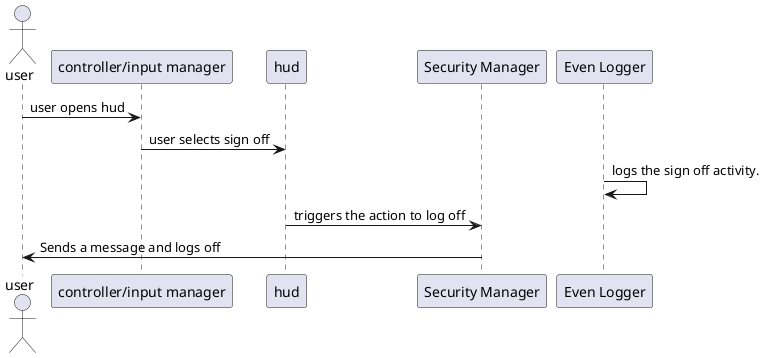
World-Domination-Plan/Project_X keeps this PlantUML diagram as uml/sequence diagrams/Sign_Off/workflow.png. Above is the earlier version.
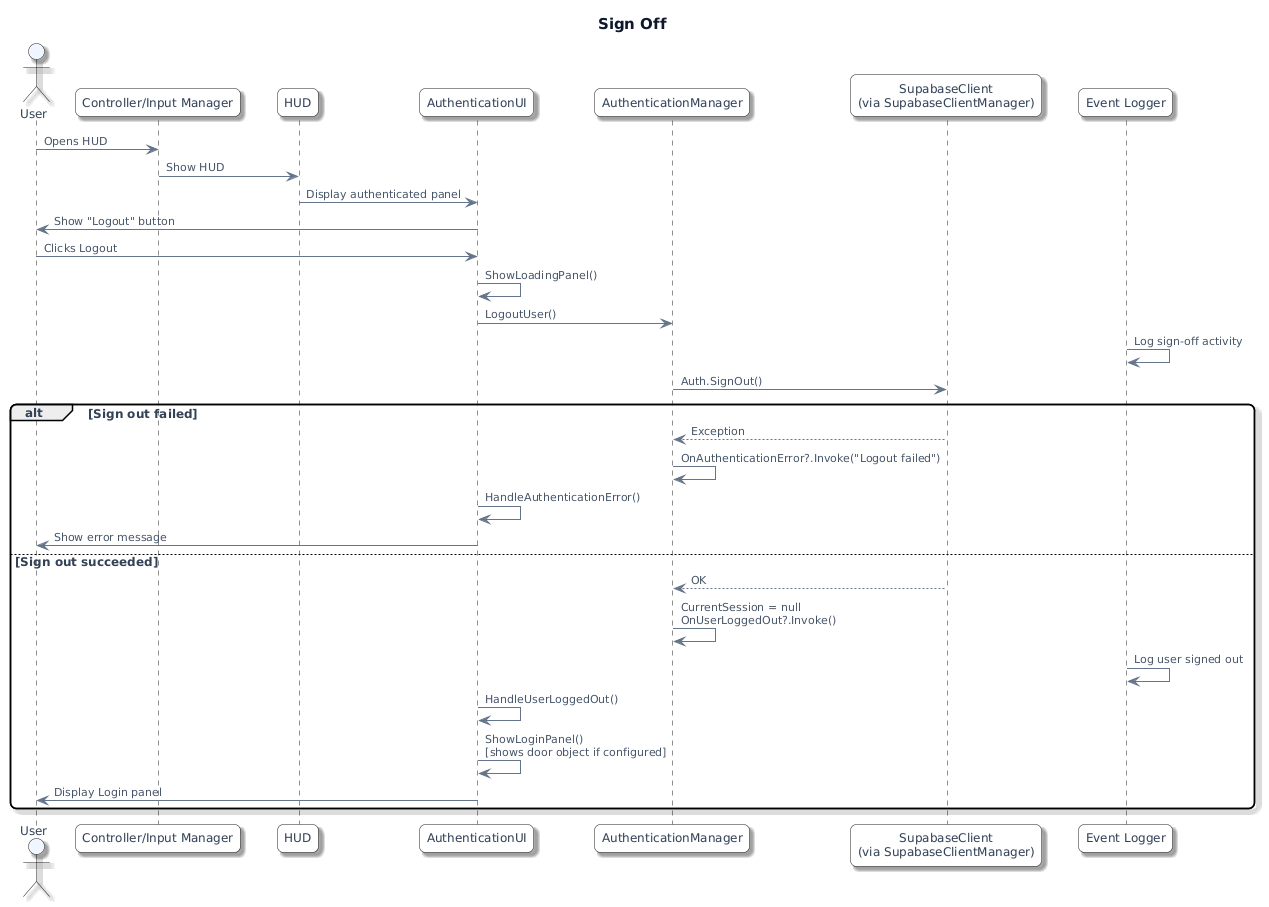
Later version of the same file.

Change to the diagram source:
```diff
@@ -1,13 +1,72 @@
 @startuml
-actor user
-participant "controller/input manager" as input
-participant "hud" as hud
-participant "Security Manager" as auth
-participant "Even Logger" as log
+skinparam defaultFontName "DejaVu Sans"
+skinparam defaultFontSize 12
+skinparam defaultFontColor #334155
+skinparam ArrowFontName "DejaVu Sans"
+skinparam ArrowFontSize 11
+skinparam ArrowFontColor #475569
+skinparam ArrowFontStyle normal
+skinparam TitleFontName "DejaVu Sans"
+skinparam TitleFontSize 15
+skinparam TitleFontColor #0f172a
+skinparam LegendFontName "DejaVu Sans"
+skinparam LegendFontSize 11
+skinparam LegendFontColor #334155
+skinparam ParticipantFontName "DejaVu Sans"
+skinparam ParticipantFontSize 12
+skinparam ParticipantFontColor #334155
+skinparam MessageFontName "DejaVu Sans"
+skinparam MessageFontSize 12
+skinparam MessageFontColor #334155
+skinparam shadowing true
+skinparam roundcorner 12
+skinparam nodesep 28
+skinparam ranksep 22
+skinparam linetype ortho
+skinparam ArrowColor #64748B
+skinparam ArrowThickness 1
+skinparam stereotypeCBackgroundColor #E0F2FE
+skinparam stereotypeCFontColor #0369A1
+skinparam ParticipantBackgroundColor #F8FAFC
+skinparam ActorBackgroundColor #EFF6FF
+skinparam DatabaseBackgroundColor #ECFDF5
+skinparam BoundaryBackgroundColor #F5F3FF
+skinparam ParticipantPadding 12
+skinparam BoxPadding 10
+skinparam ActorBackgroundColor #EFF6FF
+title Sign Off
 
-user -> input : user opens hud
-input -> hud : user selects sign off
-log -> log : logs the sign off activity.
-hud -> auth : triggers the action to log off
-auth -> user : Sends a message and logs off
+actor User as User
+participant "Controller/Input Manager" as Input
+participant "HUD" as HUD
+participant "AuthenticationUI" as AuthUI
+participant "AuthenticationManager" as AuthMgr
+participant "SupabaseClient\n(via SupabaseClientManager)" as Supa
+participant "Event Logger" as Log
+
+User -> Input : Opens HUD
+Input -> HUD : Show HUD
+HUD -> AuthUI : Display authenticated panel
+AuthUI -> User : Show "Logout" button
+
+User -> AuthUI : Clicks Logout
+AuthUI -> AuthUI : ShowLoadingPanel()
+AuthUI -> AuthMgr : LogoutUser()
+Log -> Log : Log sign-off activity
+
+AuthMgr -> Supa : Auth.SignOut()
+
+alt Sign out failed
+    Supa --> AuthMgr : Exception
+    AuthMgr -> AuthMgr : OnAuthenticationError?.Invoke("Logout failed")
+    AuthUI -> AuthUI : HandleAuthenticationError()
+    AuthUI -> User : Show error message
+else Sign out succeeded
+    Supa --> AuthMgr : OK
+    AuthMgr -> AuthMgr : CurrentSession = null\nOnUserLoggedOut?.Invoke()
+    Log -> Log : Log user signed out
+    AuthUI -> AuthUI : HandleUserLoggedOut()
+    AuthUI -> AuthUI : ShowLoginPanel()\n[shows door object if configured]
+    AuthUI -> User : Display Login panel
+end
 @enduml
```
